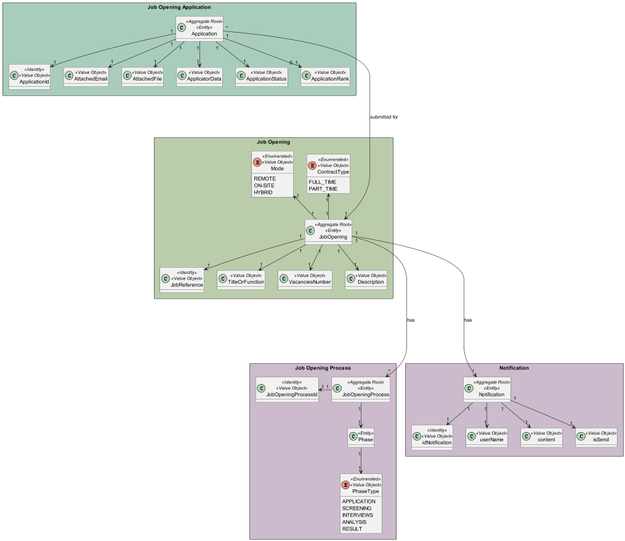
This is docs/sprintC/3003/svg/3003-domain-model.png from marcoferreira37/Lapr4, a PlantUML export, as it was before one commit.
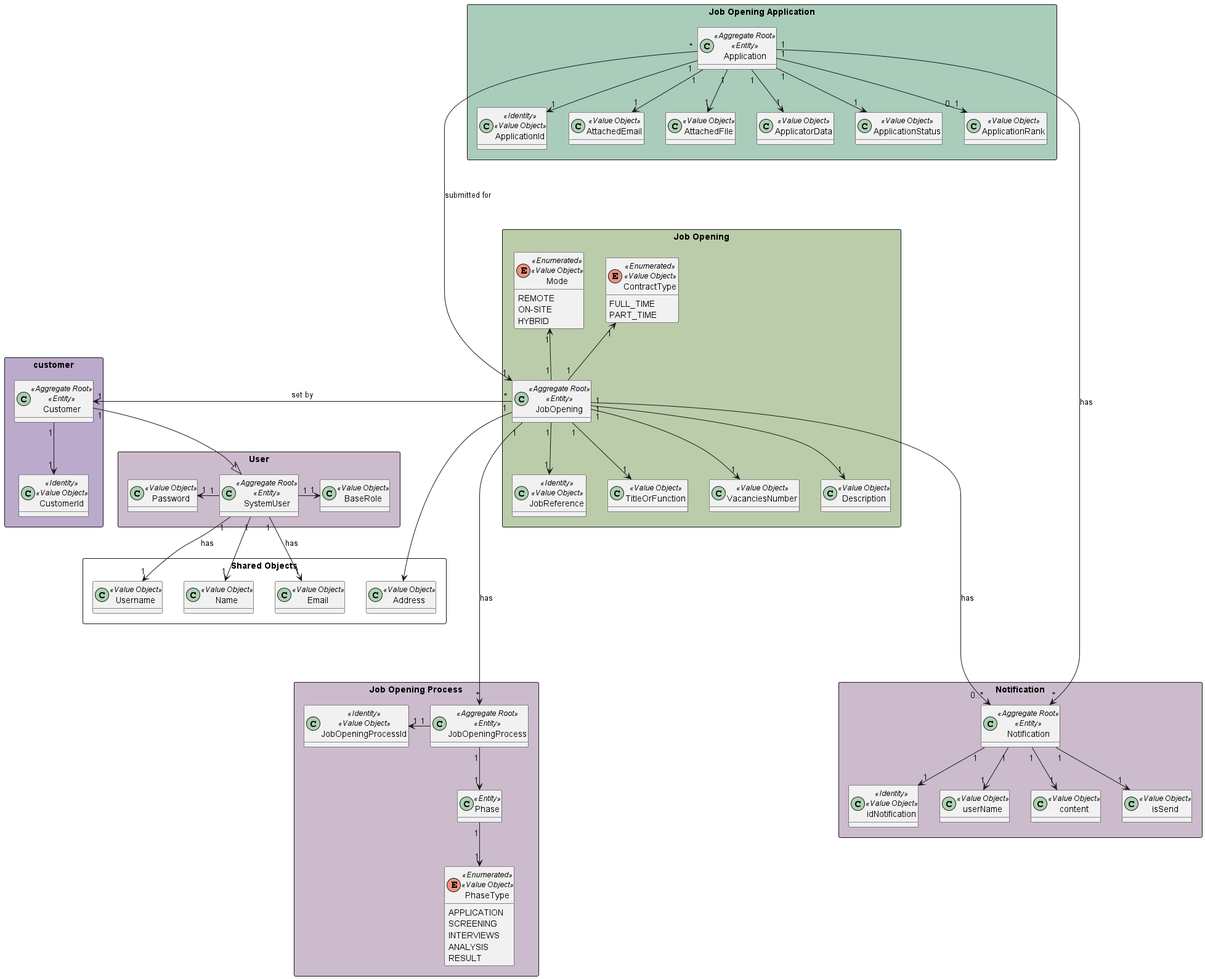
After the commit.

What changed in the source:
```diff
@@ -75,6 +75,40 @@
 
 
 
+rectangle customer #bbaacc{
+    class Customer <<Aggregate Root>><<Entity>>{}
+    class CustomerId<<Identity>><<Value Object>>{}
+}
+
+
+rectangle "Shared Objects" {
+
+    class Email <<Value Object>>
+    class Username <<Value Object>>
+    class Address <<Value Object>>
+    class Name<<Value Object>>{}
+
+}
+
+
+
+rectangle "User" #ccbbcc {
+    class SystemUser <<Aggregate Root>><<Entity>>{}
+    class Password<<Value Object>>{}
+    class BaseRole<<Value Object>>{}
+
+    SystemUser "1" --> "1" Email: has
+    SystemUser "1" --> "1" Username: has
+    SystemUser "1" -up> "1" Password
+    SystemUser "1" --> "1" Name
+    SystemUser "1" -> "1" BaseRole
+    Customer "1" --|> "1" SystemUser
+
+}
+
+
+
+
 
 
 JobReference "1" <-up- "1" JobOpening
@@ -93,7 +127,7 @@
 Application "*" -----> "1" JobOpening : submitted for
 Application "1" --> "1" ApplicationStatus
 Application "1" --> "0..1" ApplicationRank
-
+Application "1" --> "*" Notification : has
 
 JobOpeningProcess "1" -left-> "1" JobOpeningProcessId
 JobOpening "1" -----> "*" JobOpeningProcess : has
@@ -105,7 +139,13 @@
 Notification "1" --> "1" content
 Notification "1" --> "1" isSend
 
-JobOpening "1" -----> "*" Notification : has
+JobOpening "1" -----> "0..*" Notification : has
+
+Customer "1" --> "1" CustomerId
+
+JobOpening "*" -> "1" Customer : set by
+JobOpening "1" --> Address
+
 
 
 @enduml
```
